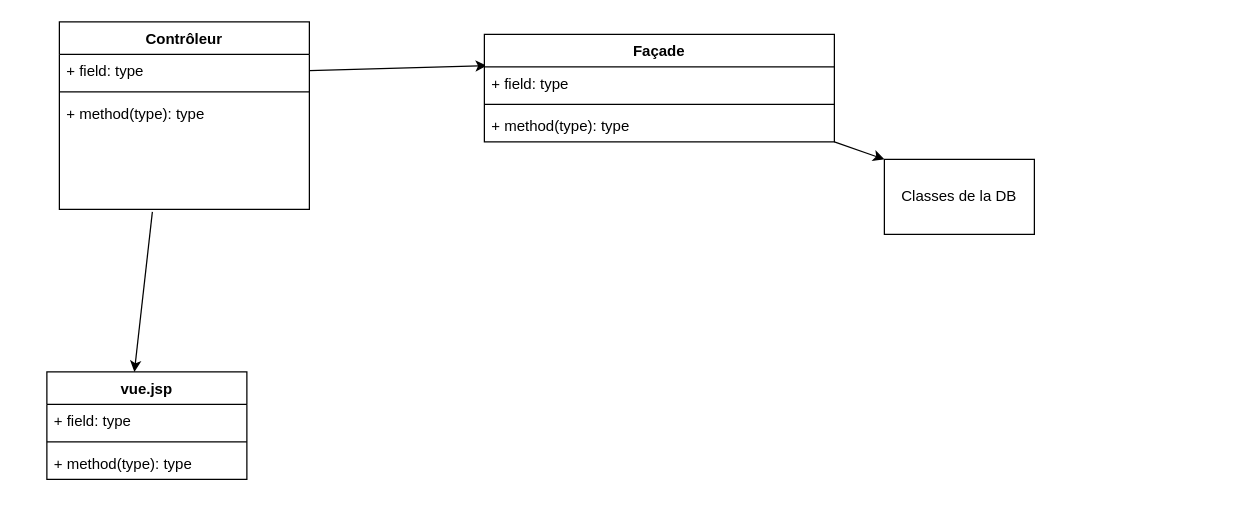
Before: Untitled Diagram.drawio in hugoSN7/ProjetWeb, a draw.io diagram. Source tidied: cells renumbered, new cells numbered last; positions are measured from the earlier drawing's top-left corner, leaving out a move shared by most shapes. Both pictures are drawn from the tidied source at 125%, with x=0, y=0 at pixel (46, 21).
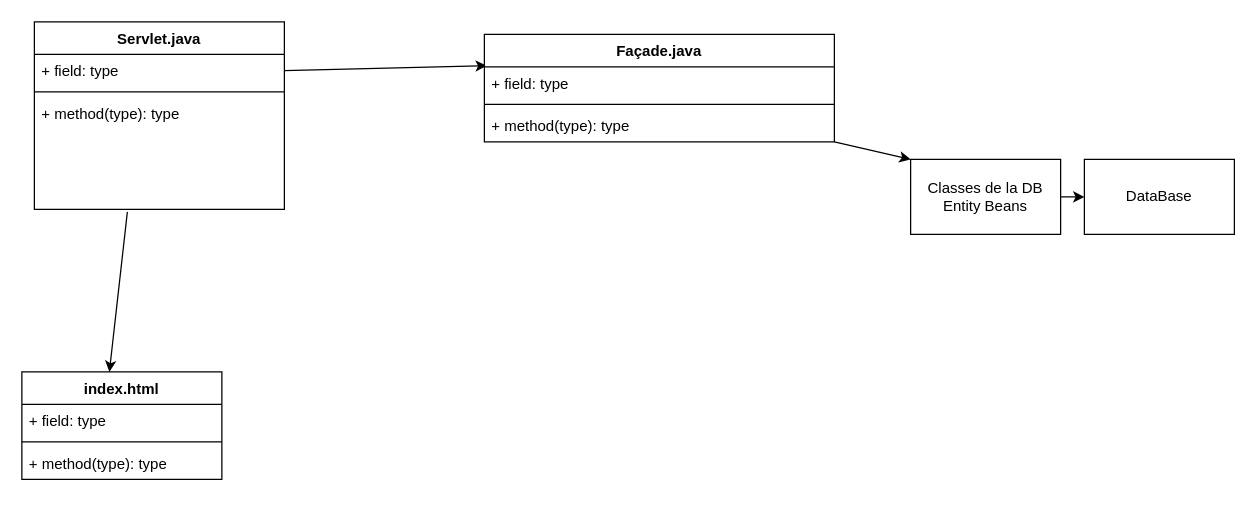
The same diagram, later.

Unchanged cells that the change refers to:
```xml
<mxCell id="3" style="group;" parent="1" vertex="1">
  <mxGeometry x="350" y="10" width="470" height="160" as="geometry" />
</mxCell>
<mxCell id="8" style="group;" parent="3" vertex="1">
  <mxGeometry x="350" y="100" width="120" height="60" as="geometry" />
</mxCell>
<mxCell id="12" style="group;" parent="11" vertex="1">
  <mxGeometry x="10" y="-10" width="200" height="150" as="geometry" />
</mxCell>
<mxCell id="17" style="group;" parent="11" vertex="1">
  <mxGeometry y="270" width="160" height="86" as="geometry" />
</mxCell>
```

What changed in the source:
```diff
@@
-    <mxCell id="4" value="Façade" style="swimlane;fontStyle=1;align=center;verticalAlign=top;horizontal=1;startSize=26;" parent="3" vertex="1">
+    <mxCell id="4" value="Façade.java" style="swimlane;fontStyle=1;align=center;verticalAlign=top;horizontal=1;startSize=26;" parent="3" vertex="1">
       <mxGeometry width="280" height="86" as="geometry" />
     </mxCell>
@@
-    <mxCell id="9" value="Classes de la DB" style="rounded=0;whiteSpace=wrap;html=1;" parent="8" vertex="1">
-      <mxGeometry x="-30" width="120" height="60" as="geometry" />
+    <mxCell id="9" value="&lt;div&gt;Classes de la DB Entity Beans&lt;br&gt;&lt;/div&gt;" style="rounded=0;whiteSpace=wrap;html=1;" parent="8" vertex="1">
+      <mxGeometry x="-9" width="120" height="60" as="geometry" />
     </mxCell>
@@
     <mxCell id="11" style="group;" parent="1" vertex="1">
-      <mxGeometry y="10" width="200" height="362" as="geometry" />
+      <mxGeometry x="-20" y="10" width="200" height="362" as="geometry" />
     </mxCell>
@@
-    <mxCell id="13" value="Contrôleur" style="swimlane;fontStyle=1;align=center;verticalAlign=top;horizontal=1;startSize=26;" parent="12" vertex="1">
+    <mxCell id="13" value="Servlet.java" style="swimlane;fontStyle=1;align=center;verticalAlign=top;horizontal=1;startSize=26;" parent="12" vertex="1">
       <mxGeometry width="200" height="150" as="geometry" />
     </mxCell>
@@
-    <mxCell id="19" value="vue.jsp" style="swimlane;fontStyle=1;align=center;verticalAlign=top;horizontal=1;startSize=26;" parent="17" vertex="1">
+    <mxCell id="19" value="index.html" style="swimlane;fontStyle=1;align=center;verticalAlign=top;horizontal=1;startSize=26;" parent="17" vertex="1">
       <mxGeometry width="160" height="86" as="geometry" />
     </mxCell>
@@
+    <mxCell id="23" style="endArrow=classic;html=1;rounded=0;exitX=1;exitY=0.5;exitDx=0;exitDy=0;" parent="1" edge="1" source="9" target="24">
+      <mxGeometry relative="1" as="geometry" />
+    </mxCell>
+    <mxCell id="24" value="DataBase" style="rounded=0;whiteSpace=wrap;html=1;" parent="1" vertex="1">
+      <mxGeometry x="830" y="110" width="120" height="60" as="geometry" />
+    </mxCell>
```
